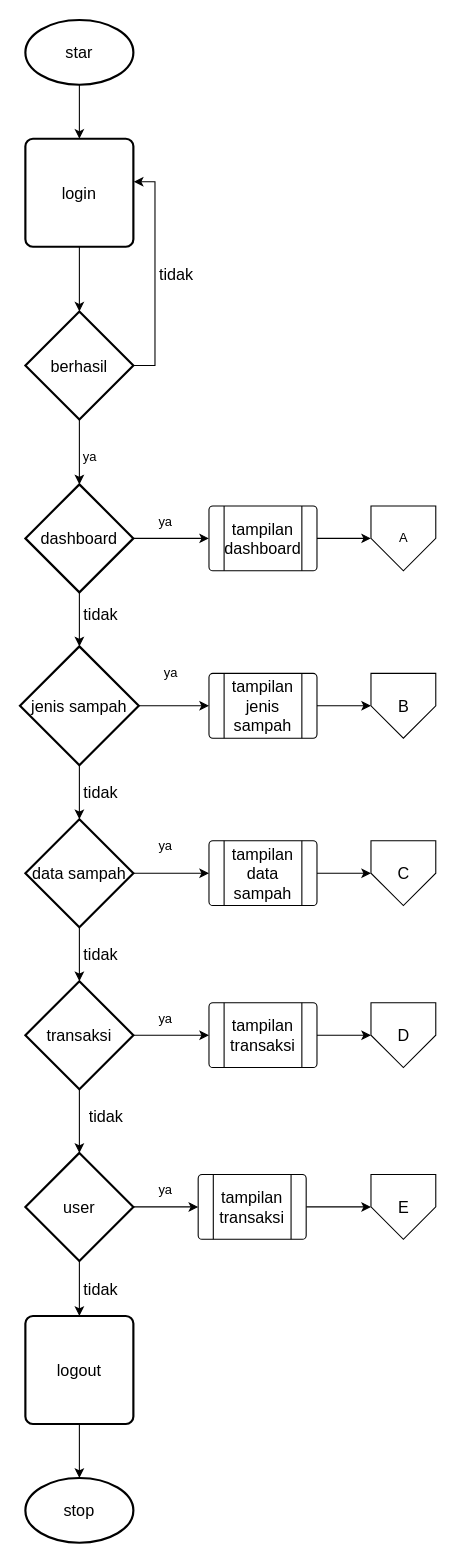
dreamergirl01/uml_bankSampah keeps this draw.io diagram as page "flowchart" (14 of 16) of Untitled Diagram.drawio. Above is the earlier version. Source tidied: cells renumbered, new cells numbered last; positions are measured from the earlier drawing's top-left corner, leaving out a move shared by most shapes. Both pictures are drawn from the tidied source at 108%, with x=0, y=0 at pixel (19, 19).
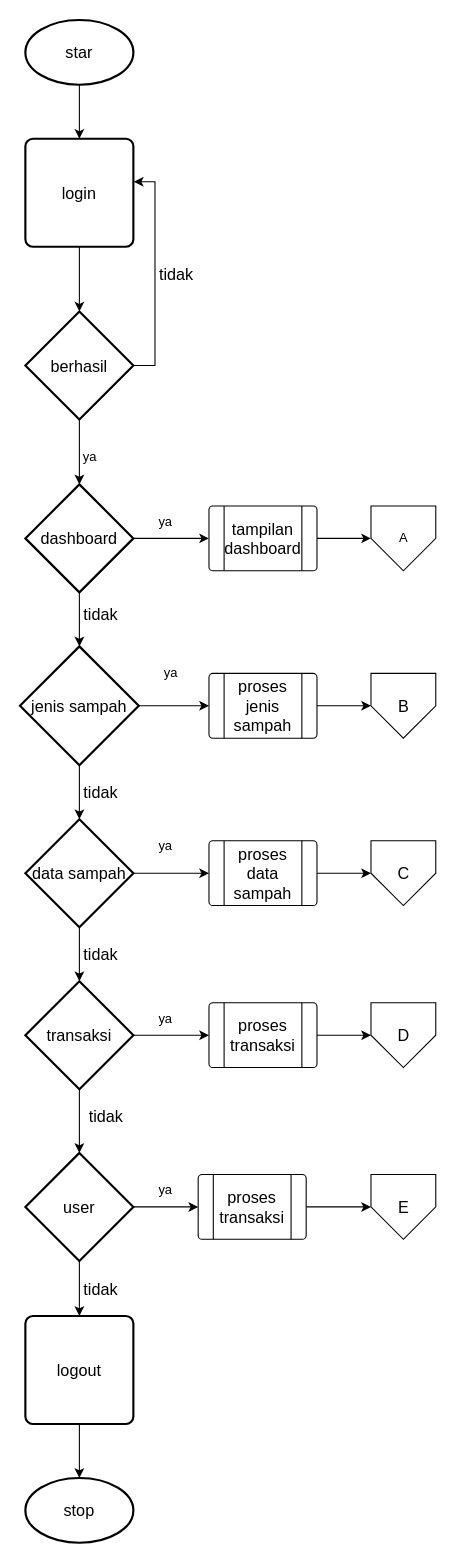
The same diagram, later.

Diff of the diagram source:
```diff
@@
-    <mxCell id="21" value="tampilan jenis sampah" style="verticalLabelPosition=middle;verticalAlign=middle;html=1;shape=process;whiteSpace=wrap;rounded=1;size=0.14;arcSize=6;fontSize=15;labelPosition=center;align=center;" parent="1" vertex="1">
+    <mxCell id="21" value="proses jenis sampah" style="verticalLabelPosition=middle;verticalAlign=middle;html=1;shape=process;whiteSpace=wrap;rounded=1;size=0.14;arcSize=6;fontSize=15;labelPosition=center;align=center;" parent="1" vertex="1">
       <mxGeometry x="175" y="605" width="100" height="60" as="geometry" />
     </mxCell>
@@
-    <mxCell id="27" value="tampilan data sampah" style="verticalLabelPosition=middle;verticalAlign=middle;html=1;shape=process;whiteSpace=wrap;rounded=1;size=0.14;arcSize=6;fontSize=15;labelPosition=center;align=center;" parent="1" vertex="1">
+    <mxCell id="27" value="proses data sampah" style="verticalLabelPosition=middle;verticalAlign=middle;html=1;shape=process;whiteSpace=wrap;rounded=1;size=0.14;arcSize=6;fontSize=15;labelPosition=center;align=center;" parent="1" vertex="1">
       <mxGeometry x="175" y="760" width="100" height="60" as="geometry" />
     </mxCell>
@@
-    <mxCell id="33" value="tampilan transaksi" style="verticalLabelPosition=middle;verticalAlign=middle;html=1;shape=process;whiteSpace=wrap;rounded=1;size=0.14;arcSize=6;fontSize=15;labelPosition=center;align=center;" parent="1" vertex="1">
+    <mxCell id="33" value="proses transaksi" style="verticalLabelPosition=middle;verticalAlign=middle;html=1;shape=process;whiteSpace=wrap;rounded=1;size=0.14;arcSize=6;fontSize=15;labelPosition=center;align=center;" parent="1" vertex="1">
       <mxGeometry x="175" y="910" width="100" height="60" as="geometry" />
     </mxCell>
@@
-    <mxCell id="40" value="tampilan transaksi" style="verticalLabelPosition=middle;verticalAlign=middle;html=1;shape=process;whiteSpace=wrap;rounded=1;size=0.14;arcSize=6;fontSize=15;labelPosition=center;align=center;" parent="1" vertex="1">
+    <mxCell id="40" value="proses transaksi" style="verticalLabelPosition=middle;verticalAlign=middle;html=1;shape=process;whiteSpace=wrap;rounded=1;size=0.14;arcSize=6;fontSize=15;labelPosition=center;align=center;" parent="1" vertex="1">
       <mxGeometry x="165" y="1069" width="100" height="60" as="geometry" />
     </mxCell>
```
